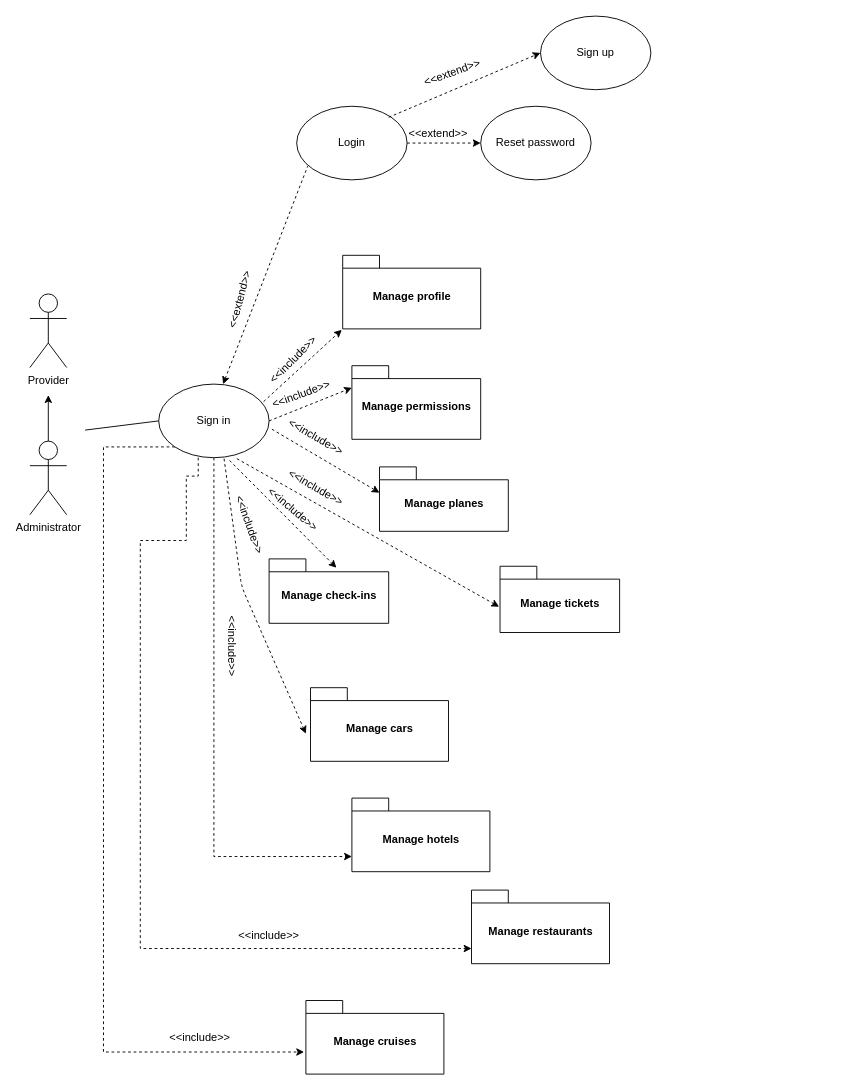
Before: Vacanze use cases.drawio in NeutronBlast/IS-Ex, a draw.io diagram. Source tidied: cells renumbered, new cells numbered last; positions are measured from the earlier drawing's top-left corner, leaving out a move shared by most shapes. Both pictures are drawn from the tidied source at 92%, with x=0, y=0 at pixel (29, 16).
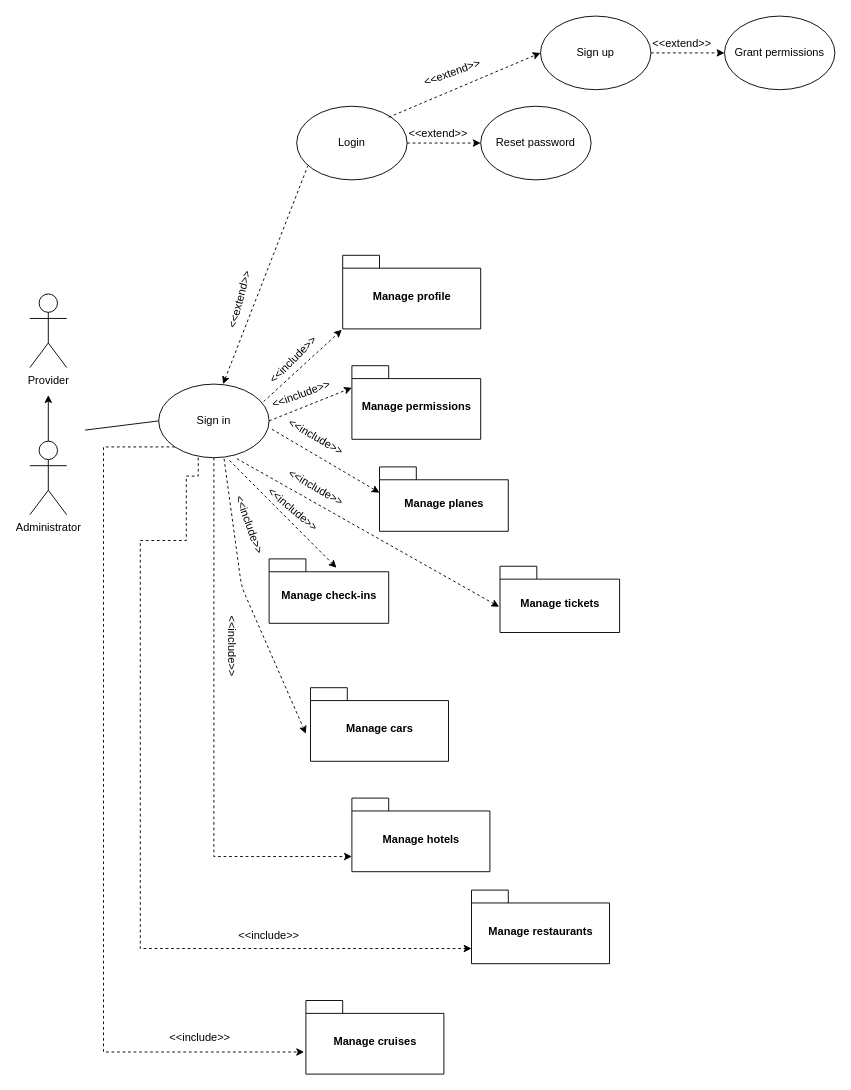
The same diagram, later.

Commit message:
give perms

Unchanged cells that the change refers to:
```xml
<mxCell id="42" value="Sign up" style="ellipse;whiteSpace=wrap;html=1;" parent="1" vertex="1">
  <mxGeometry x="555" width="120" height="80" as="geometry" />
</mxCell>
```

Change to the diagram source:
```diff
@@
+    <mxCell id="45" style="edgeStyle=orthogonalEdgeStyle;rounded=0;jettySize=auto;html=1;dashed=1;" parent="1" edge="1" source="42" target="46">
+      <mxGeometry relative="1" as="geometry" />
+    </mxCell>
@@
+    <mxCell id="46" value="Grant permissions" style="ellipse;whiteSpace=wrap;html=1;" parent="1" vertex="1">
+      <mxGeometry x="755" width="120" height="80" as="geometry" />
+    </mxCell>
@@
+    <mxCell id="47" value="&amp;lt;&amp;lt;extend&amp;gt;&amp;gt;" style="text;html=1;align=left;verticalAlign=top;spacingTop=-4;rotation=0;" parent="1" vertex="1">
+      <mxGeometry x="675" y="20" width="80" height="20" as="geometry" />
+    </mxCell>
```
